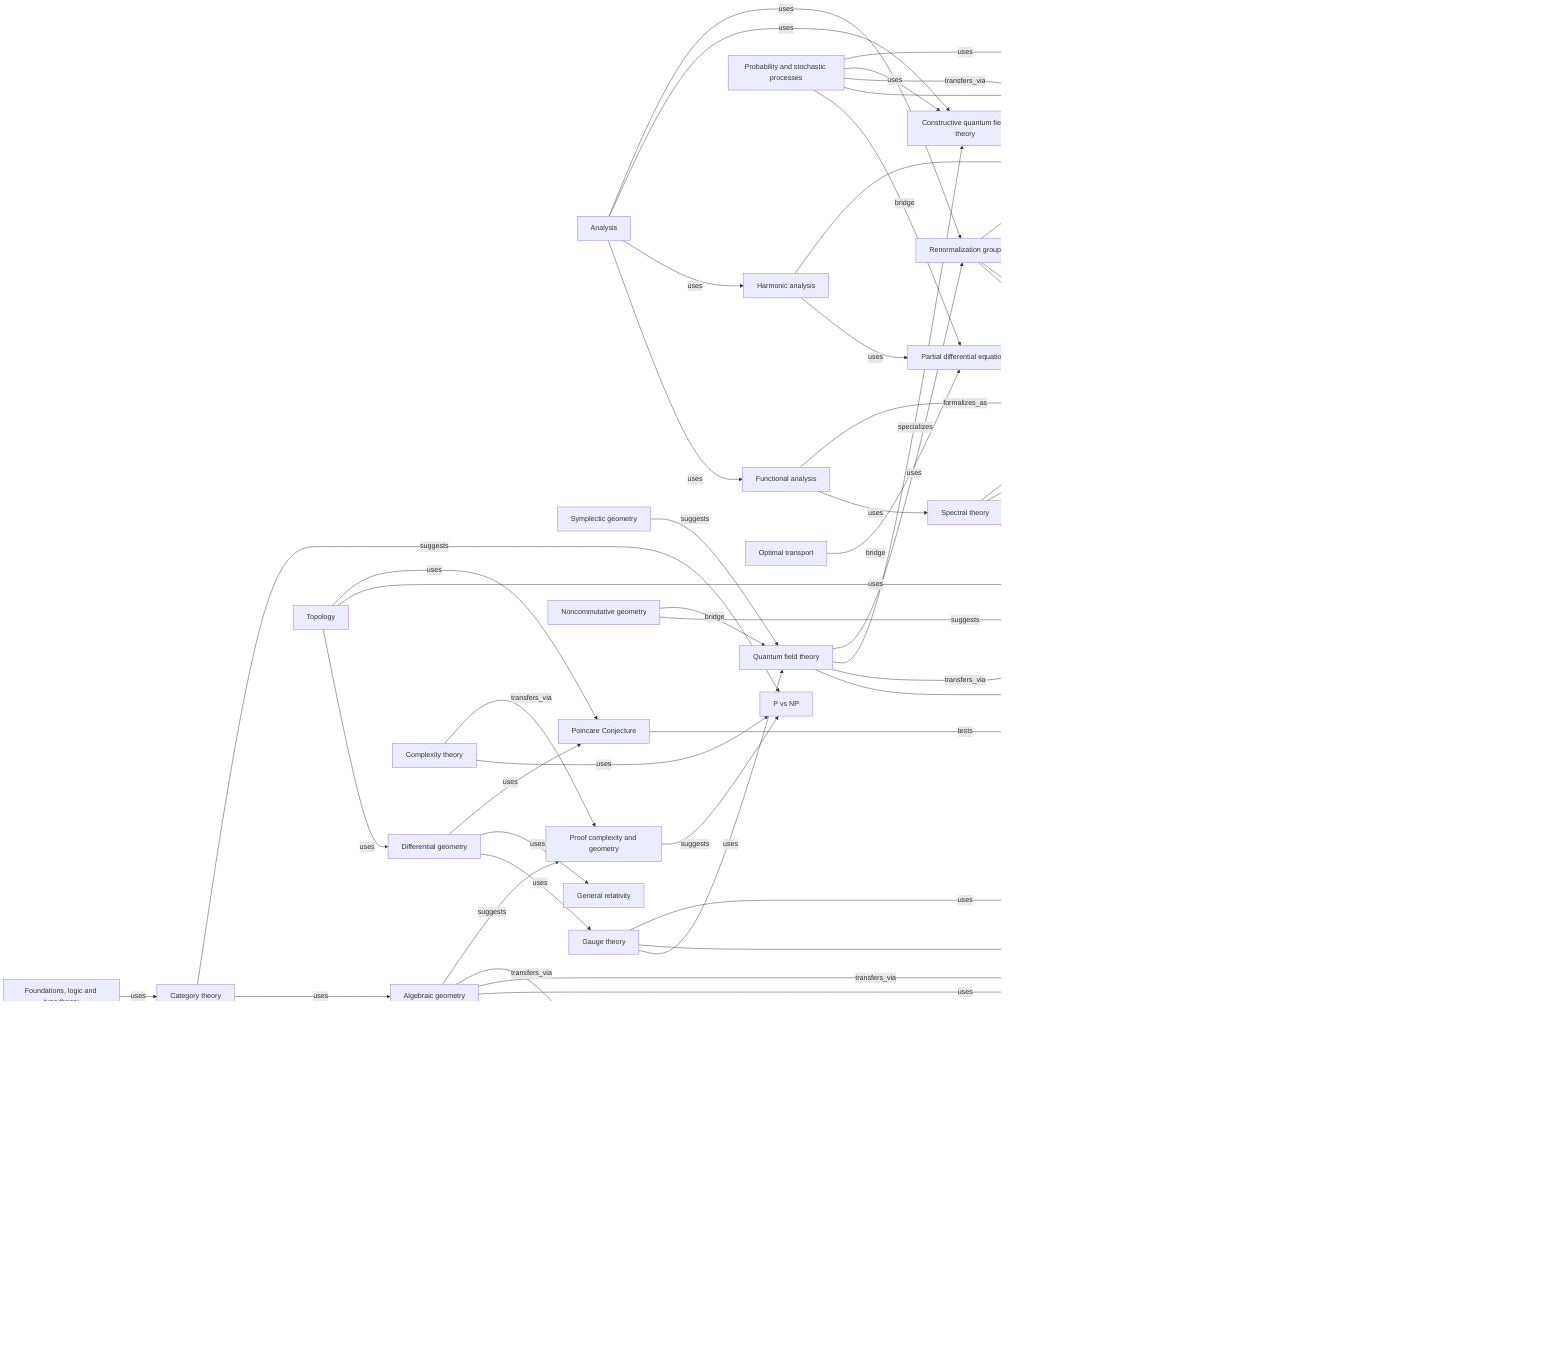
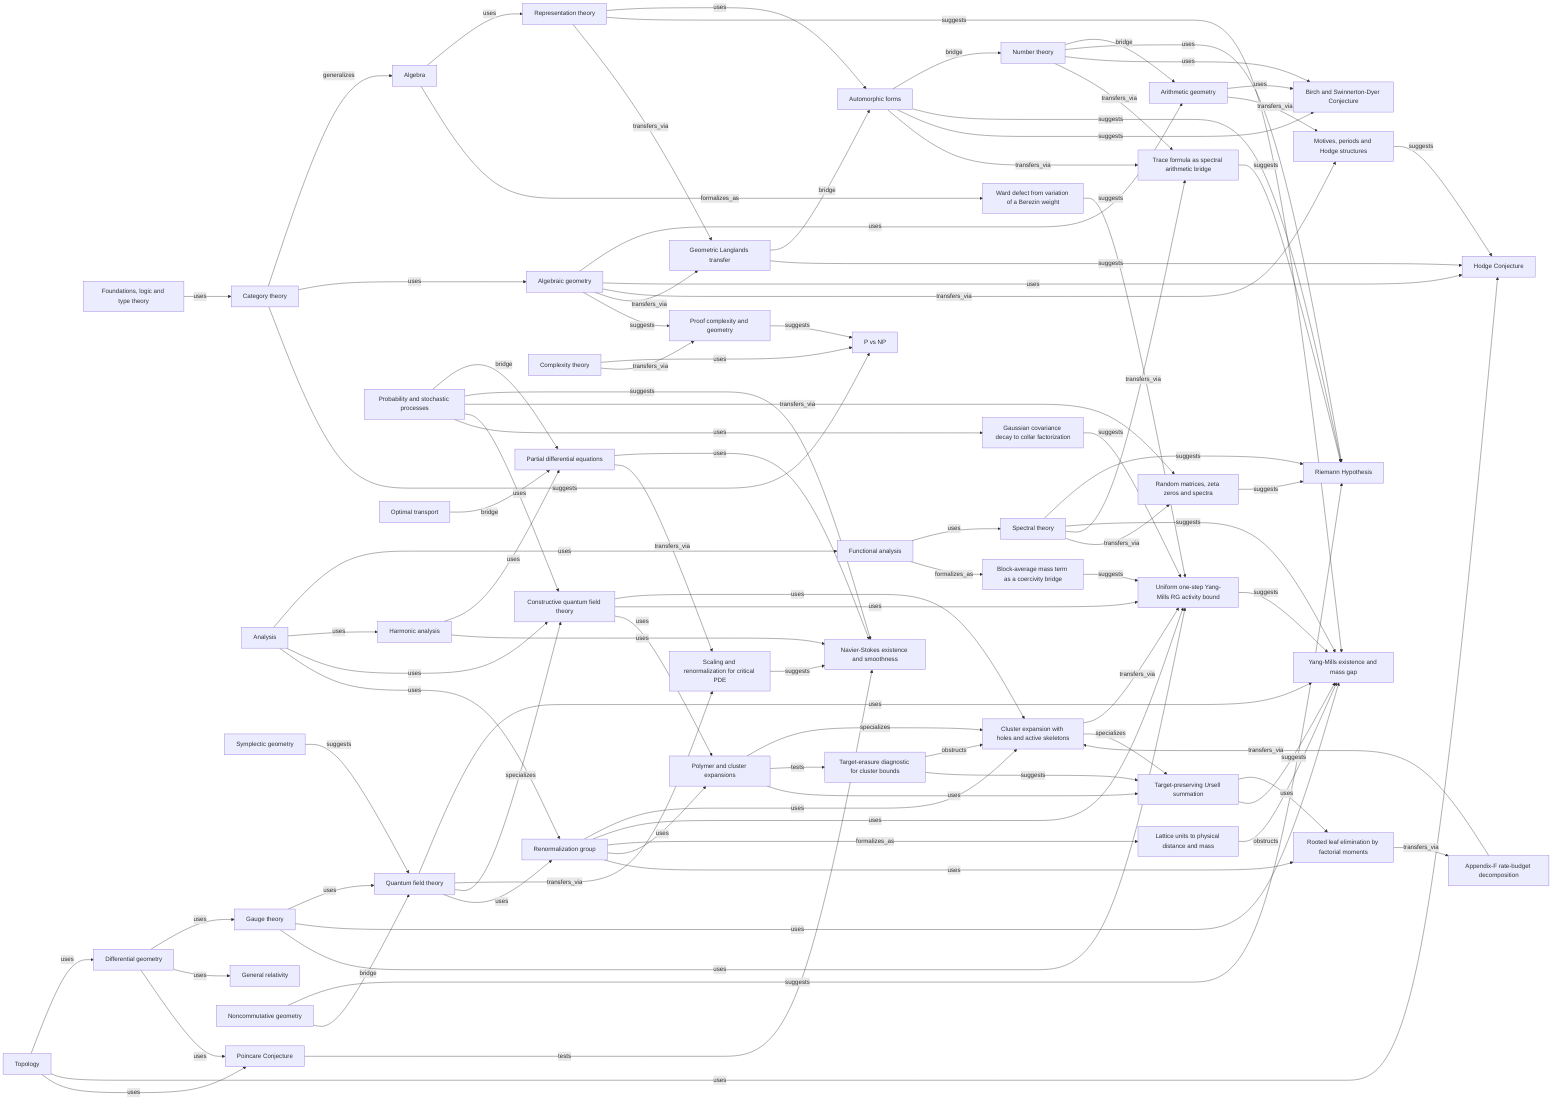
flowchart LR
  domain_foundation_logic["Foundations, logic and type theory"]
  domain_category_theory["Category theory"]
  domain_algebra["Algebra"]
  domain_topology["Topology"]
  domain_analysis["Analysis"]
  domain_functional_analysis["Functional analysis"]
  domain_harmonic_analysis["Harmonic analysis"]
  domain_spectral_theory["Spectral theory"]
  domain_probability_stochastics["Probability and stochastic processes"]
  domain_pde["Partial differential equations"]
  domain_differential_geometry["Differential geometry"]
  domain_symplectic_geometry["Symplectic geometry"]
  domain_algebraic_geometry["Algebraic geometry"]
  domain_arithmetic_geometry["Arithmetic geometry"]
  domain_number_theory["Number theory"]
  domain_automorphic_forms["Automorphic forms"]
  domain_representation_theory["Representation theory"]
  domain_quantum_field_theory["Quantum field theory"]
  domain_gauge_theory["Gauge theory"]
  domain_general_relativity["General relativity"]
  domain_complexity_theory["Complexity theory"]
  domain_noncommutative_geometry["Noncommutative geometry"]
  domain_optimal_transport["Optimal transport"]
  bridge_trace_formula_spectral_arithmetic["Trace formula as spectral arithmetic bridge"]
  bridge_renormalization_scaling_pde["Scaling and renormalization for critical PDE"]
  bridge_motives_periods_hodge["Motives, periods and Hodge structures"]
  bridge_geometric_langlands_transfer["Geometric Langlands transfer"]
  bridge_random_matrix_zeta_spectra["Random matrices, zeta zeros and spectra"]
  bridge_proof_complexity_geometry["Proof complexity and geometry"]
  problem_riemann_hypothesis["Riemann Hypothesis"]
  problem_yang_mills_mass_gap["Yang-Mills existence and mass gap"]
  problem_navier_stokes["Navier-Stokes existence and smoothness"]
  problem_hodge_conjecture["Hodge Conjecture"]
  problem_birch_swinnerton_dyer["Birch and Swinnerton-Dyer Conjecture"]
  problem_p_vs_np["P vs NP"]
  problem_poincare_conjecture["Poincare Conjecture"]
  domain_constructive_quantum_field_theory["Constructive quantum field theory"]
  domain_renormalization_group["Renormalization group"]
  bridge_cluster_expansion_with_holes["Cluster expansion with holes and active skeletons"]
  bridge_ward_defect_weight_variation["Ward defect from variation of a Berezin weight"]
  bridge_gaussian_covariance_collar["Gaussian covariance decay to collar factorization"]
  bridge_lattice_physical_scaling["Lattice units to physical distance and mass"]
  bridge_block_average_coercivity["Block-average mass term as a coercivity bridge"]
  problem_uniform_yang_mills_rg_activity["Uniform one-step Yang-Mills RG activity bound"]
+   domain_polymer_cluster_expansions["Polymer and cluster expansions"]
+   bridge_target_erasure_diagnostic["Target-erasure diagnostic for cluster bounds"]
+   bridge_target_preserving_ursell_summation["Target-preserving Ursell summation"]
+   bridge_rooted_leaf_factorial_moments["Rooted leaf elimination by factorial moments"]
+   bridge_appendix_f_rate_budget_split["Appendix-F rate-budget decomposition"]
  domain_foundation_logic -->|uses| domain_category_theory
  domain_category_theory -->|generalizes| domain_algebra
  domain_category_theory -->|uses| domain_algebraic_geometry
  domain_algebra -->|uses| domain_representation_theory
  domain_topology -->|uses| domain_differential_geometry
  domain_analysis -->|uses| domain_functional_analysis
  domain_functional_analysis -->|uses| domain_spectral_theory
  domain_analysis -->|uses| domain_harmonic_analysis
  domain_harmonic_analysis -->|uses| domain_pde
  domain_probability_stochastics -->|bridge| domain_pde
  domain_optimal_transport -->|bridge| domain_pde
  domain_differential_geometry -->|uses| domain_gauge_theory
  domain_symplectic_geometry -->|suggests| domain_quantum_field_theory
  domain_gauge_theory -->|uses| domain_quantum_field_theory
  domain_differential_geometry -->|uses| domain_general_relativity
  domain_algebraic_geometry -->|uses| domain_arithmetic_geometry
  domain_number_theory -->|bridge| domain_arithmetic_geometry
  domain_representation_theory -->|uses| domain_automorphic_forms
  domain_automorphic_forms -->|bridge| domain_number_theory
  domain_spectral_theory -->|suggests| problem_riemann_hypothesis
  domain_number_theory -->|uses| problem_riemann_hypothesis
  domain_automorphic_forms -->|suggests| problem_riemann_hypothesis
  domain_noncommutative_geometry -->|suggests| problem_riemann_hypothesis
  bridge_random_matrix_zeta_spectra -->|suggests| problem_riemann_hypothesis
  bridge_trace_formula_spectral_arithmetic -->|suggests| problem_riemann_hypothesis
  domain_pde -->|uses| problem_navier_stokes
  domain_harmonic_analysis -->|uses| problem_navier_stokes
  bridge_renormalization_scaling_pde -->|suggests| problem_navier_stokes
  domain_probability_stochastics -->|suggests| problem_navier_stokes
  domain_gauge_theory -->|uses| problem_yang_mills_mass_gap
  domain_quantum_field_theory -->|uses| problem_yang_mills_mass_gap
  domain_representation_theory -->|suggests| problem_yang_mills_mass_gap
  domain_spectral_theory -->|suggests| problem_yang_mills_mass_gap
  domain_algebraic_geometry -->|uses| problem_hodge_conjecture
  domain_topology -->|uses| problem_hodge_conjecture
  bridge_motives_periods_hodge -->|suggests| problem_hodge_conjecture
  domain_arithmetic_geometry -->|uses| problem_birch_swinnerton_dyer
  domain_automorphic_forms -->|suggests| problem_birch_swinnerton_dyer
  domain_number_theory -->|uses| problem_birch_swinnerton_dyer
  domain_complexity_theory -->|uses| problem_p_vs_np
  bridge_proof_complexity_geometry -->|suggests| problem_p_vs_np
  domain_category_theory -->|suggests| problem_p_vs_np
  domain_topology -->|uses| problem_poincare_conjecture
  domain_differential_geometry -->|uses| problem_poincare_conjecture
  problem_poincare_conjecture -->|tests| problem_navier_stokes
  bridge_geometric_langlands_transfer -->|bridge| domain_automorphic_forms
  bridge_geometric_langlands_transfer -->|suggests| problem_hodge_conjecture
  domain_noncommutative_geometry -->|bridge| domain_quantum_field_theory
  domain_spectral_theory -->|transfers_via| bridge_trace_formula_spectral_arithmetic
  domain_automorphic_forms -->|transfers_via| bridge_trace_formula_spectral_arithmetic
  domain_number_theory -->|transfers_via| bridge_trace_formula_spectral_arithmetic
  domain_pde -->|transfers_via| bridge_renormalization_scaling_pde
  domain_quantum_field_theory -->|transfers_via| bridge_renormalization_scaling_pde
  domain_algebraic_geometry -->|transfers_via| bridge_motives_periods_hodge
  domain_arithmetic_geometry -->|transfers_via| bridge_motives_periods_hodge
  domain_representation_theory -->|transfers_via| bridge_geometric_langlands_transfer
  domain_algebraic_geometry -->|transfers_via| bridge_geometric_langlands_transfer
  domain_probability_stochastics -->|transfers_via| bridge_random_matrix_zeta_spectra
  domain_spectral_theory -->|transfers_via| bridge_random_matrix_zeta_spectra
  domain_complexity_theory -->|transfers_via| bridge_proof_complexity_geometry
  domain_algebraic_geometry -->|suggests| bridge_proof_complexity_geometry
  domain_quantum_field_theory -->|specializes| domain_constructive_quantum_field_theory
  domain_analysis -->|uses| domain_constructive_quantum_field_theory
  domain_probability_stochastics -->|uses| domain_constructive_quantum_field_theory
  domain_quantum_field_theory -->|uses| domain_renormalization_group
  domain_analysis -->|uses| domain_renormalization_group
  domain_constructive_quantum_field_theory -->|uses| bridge_cluster_expansion_with_holes
  domain_renormalization_group -->|uses| bridge_cluster_expansion_with_holes
  bridge_cluster_expansion_with_holes -->|transfers_via| problem_uniform_yang_mills_rg_activity
  domain_gauge_theory -->|uses| problem_uniform_yang_mills_rg_activity
  domain_renormalization_group -->|uses| problem_uniform_yang_mills_rg_activity
  problem_uniform_yang_mills_rg_activity -->|suggests| problem_yang_mills_mass_gap
  domain_algebra -->|formalizes_as| bridge_ward_defect_weight_variation
  bridge_ward_defect_weight_variation -->|suggests| problem_uniform_yang_mills_rg_activity
  domain_probability_stochastics -->|uses| bridge_gaussian_covariance_collar
  bridge_gaussian_covariance_collar -->|suggests| problem_uniform_yang_mills_rg_activity
  domain_functional_analysis -->|formalizes_as| bridge_block_average_coercivity
  bridge_block_average_coercivity -->|suggests| problem_uniform_yang_mills_rg_activity
  domain_renormalization_group -->|formalizes_as| bridge_lattice_physical_scaling
  bridge_lattice_physical_scaling -->|obstructs| problem_yang_mills_mass_gap
  domain_constructive_quantum_field_theory -->|uses| problem_uniform_yang_mills_rg_activity
+   domain_constructive_quantum_field_theory -->|uses| domain_polymer_cluster_expansions
+   domain_renormalization_group -->|uses| domain_polymer_cluster_expansions
+   domain_polymer_cluster_expansions -->|specializes| bridge_cluster_expansion_with_holes
+   domain_polymer_cluster_expansions -->|tests| bridge_target_erasure_diagnostic
+   bridge_target_erasure_diagnostic -->|obstructs| bridge_cluster_expansion_with_holes
+   bridge_target_erasure_diagnostic -->|suggests| bridge_target_preserving_ursell_summation
+   domain_polymer_cluster_expansions -->|uses| bridge_target_preserving_ursell_summation
+   bridge_cluster_expansion_with_holes -->|specializes| bridge_target_preserving_ursell_summation
+   bridge_target_preserving_ursell_summation -->|uses| bridge_rooted_leaf_factorial_moments
+   domain_renormalization_group -->|uses| bridge_rooted_leaf_factorial_moments
+   bridge_rooted_leaf_factorial_moments -->|transfers_via| bridge_appendix_f_rate_budget_split
+   bridge_appendix_f_rate_budget_split -->|transfers_via| bridge_cluster_expansion_with_holes
+   bridge_target_preserving_ursell_summation -->|suggests| problem_yang_mills_mass_gap
